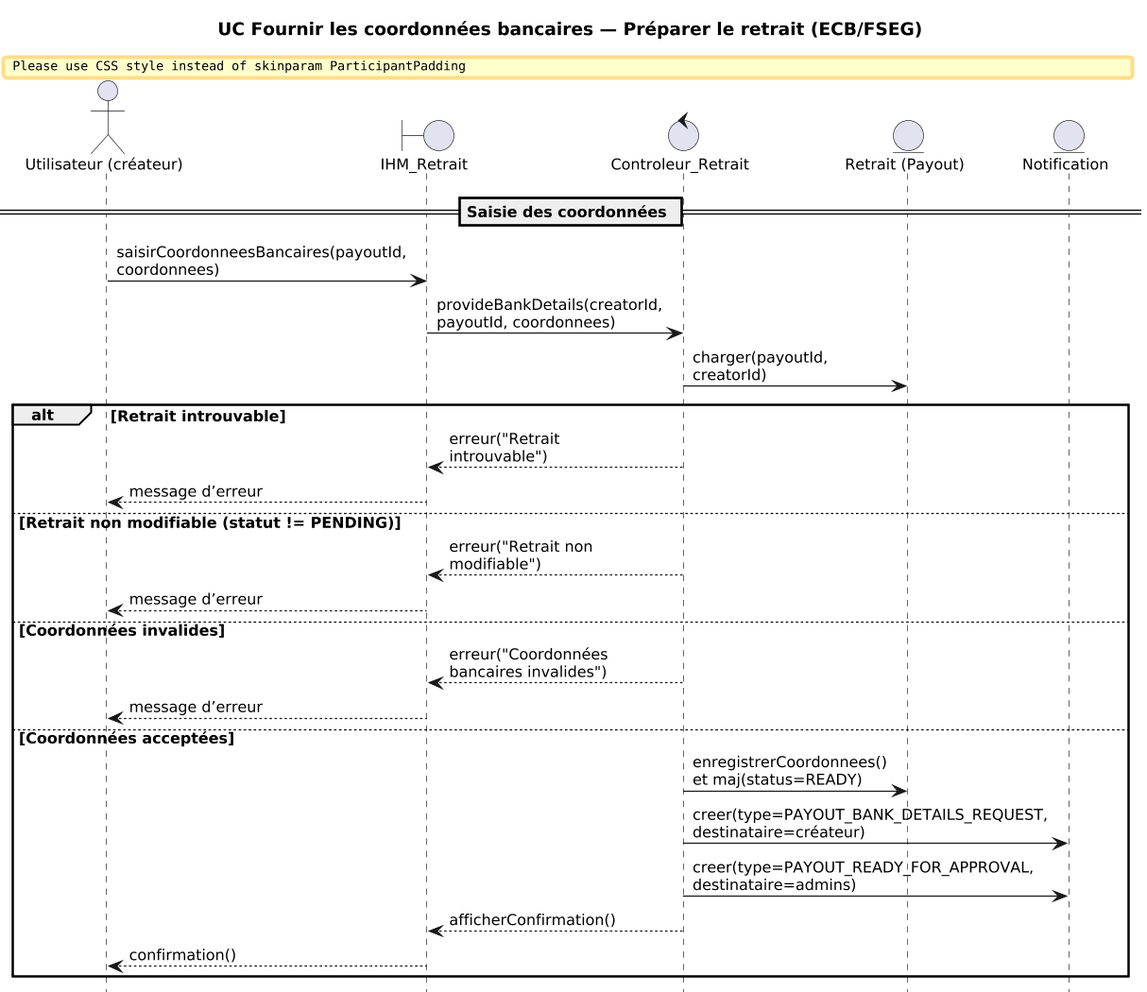
Earlier version of the PlantUML export rapport/images/sequence_diagram/fournir_cordonnees_banc.png (Gdoura44/crowdfunding). The source it was exported from:
```plantuml
@startuml

hide footbox
skinparam shadowing false
skinparam defaultFontName "Times New Roman"
skinparam defaultFontSize 12
skinparam sequenceMessageAlign left
skinparam ParticipantPadding 10
skinparam BoxPadding 6
skinparam maxMessageSize 45
skinparam wrapWidth 150
skinparam dpi 150
scale 0.85

title UC Fournir les coordonnées bancaires — Préparer le retrait (ECB/FSEG)

actor "Utilisateur (créateur)" as U
boundary "IHM_Retrait" as IHM
control "Controleur_Retrait" as CR
entity "Retrait (Payout)" as R
entity "Notification" as N

== Saisie des coordonnées ==
U -> IHM : saisirCoordonneesBancaires(payoutId, coordonnees)
IHM -> CR : provideBankDetails(creatorId, payoutId, coordonnees)

CR -> R : charger(payoutId, creatorId)
alt Retrait introuvable
  CR --> IHM : erreur("Retrait introuvable")
  IHM --> U : message d’erreur
else Retrait non modifiable (statut != PENDING)
  CR --> IHM : erreur("Retrait non modifiable")
  IHM --> U : message d’erreur
else Coordonnées invalides
  CR --> IHM : erreur("Coordonnées bancaires invalides")
  IHM --> U : message d’erreur
else Coordonnées acceptées
  CR -> R : enregistrerCoordonnees() et maj(status=READY)

  CR -> N : creer(type=PAYOUT_BANK_DETAILS_REQUEST, destinataire=créateur)
  CR -> N : creer(type=PAYOUT_READY_FOR_APPROVAL, destinataire=admins)

  CR --> IHM : afficherConfirmation()
  IHM --> U : confirmation()
end
@enduml
```
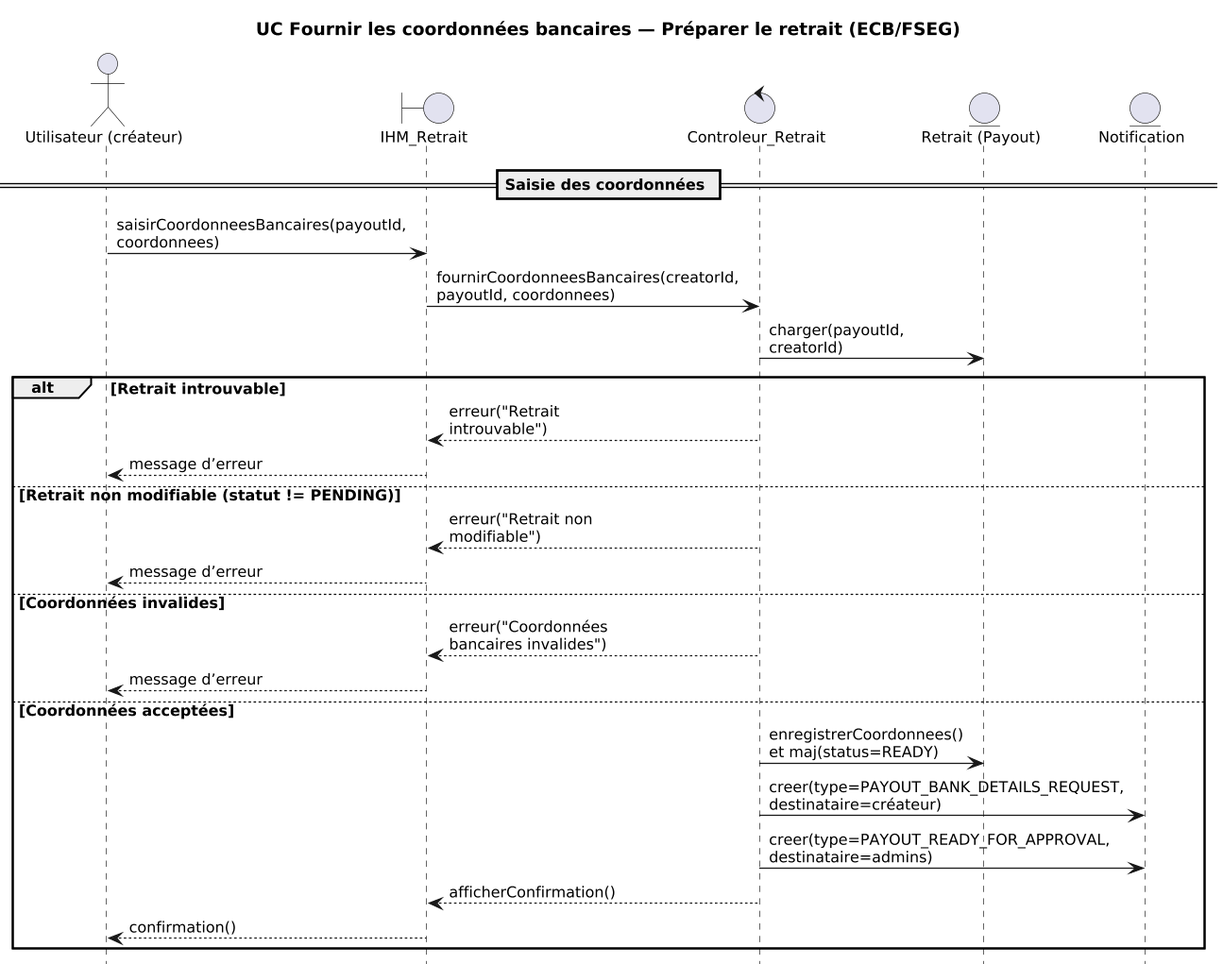
The same diagram one commit later.

The edit, as a diff of the source:
```diff
@@ -5,8 +5,6 @@
 skinparam defaultFontName "Times New Roman"
 skinparam defaultFontSize 12
 skinparam sequenceMessageAlign left
-skinparam ParticipantPadding 10
-skinparam BoxPadding 6
 skinparam maxMessageSize 45
 skinparam wrapWidth 150
 skinparam dpi 150
@@ -22,7 +20,7 @@
 
 == Saisie des coordonnées ==
 U -> IHM : saisirCoordonneesBancaires(payoutId, coordonnees)
-IHM -> CR : provideBankDetails(creatorId, payoutId, coordonnees)
+IHM -> CR : fournirCoordonneesBancaires(creatorId, payoutId, coordonnees)
 
 CR -> R : charger(payoutId, creatorId)
 alt Retrait introuvable
```
